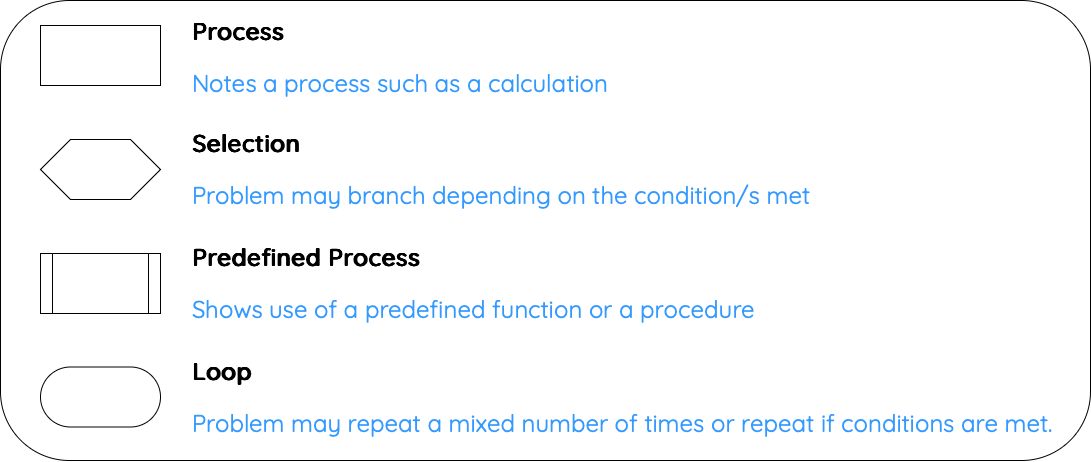
Earlier version of the draw.io export site/Images/Structure-Diagram-Symbols.png (Mr-Wood-CS/National-5). Source tidied: cells renumbered, new cells last; positions are measured from the earlier drawing's top-left corner, leaving out a move shared by most shapes.
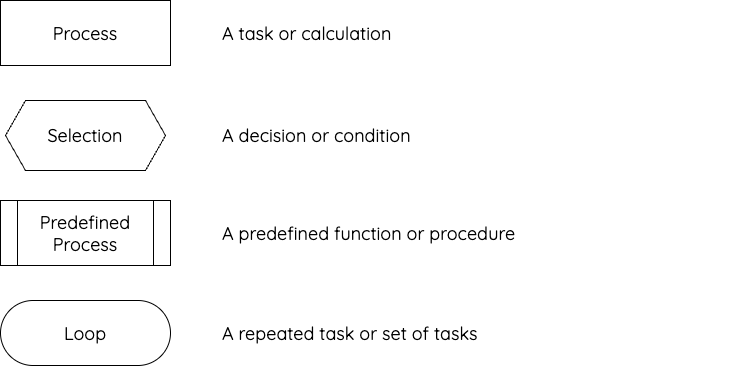
After the change.

The edit, as a diff of the source:
```diff
@@ -2,32 +2,29 @@
   <root>
     <mxCell id="0" />
     <mxCell id="1" parent="0" />
-    <mxCell id="2" style="rounded=1;whiteSpace=wrap;html=1;" parent="1" vertex="1">
-      <mxGeometry width="1090" height="460" as="geometry" />
-    </mxCell>
-    <mxCell id="3" style="rounded=0;whiteSpace=wrap;html=1;" parent="1" vertex="1">
-      <mxGeometry x="40" y="25" width="120" height="60" as="geometry" />
-    </mxCell>
-    <mxCell id="4" style="html=1;dashed=0;whiteSpace=wrap;shape=mxgraph.dfd.start;" parent="1" vertex="1">
-      <mxGeometry x="40" y="366.5" width="120" height="60" as="geometry" />
-    </mxCell>
-    <mxCell id="5" style="shape=hexagon;perimeter=hexagonPerimeter2;whiteSpace=wrap;html=1;size=0.25;" parent="1" vertex="1">
-      <mxGeometry x="40" y="139" width="120" height="60" as="geometry" />
-    </mxCell>
-    <mxCell id="6" style="shape=process;whiteSpace=wrap;html=1;backgroundOutline=1;" parent="1" vertex="1">
-      <mxGeometry x="40" y="253" width="120" height="60" as="geometry" />
-    </mxCell>
-    <mxCell id="7" value="&lt;h1 style=&quot;margin-top: 0px; font-size: 24px;&quot;&gt;&lt;font style=&quot;color: light-dark(rgb(0, 0, 0), rgb(67, 48, 60));&quot;&gt;Process&lt;/font&gt;&lt;/h1&gt;&lt;p style=&quot;font-size: 24px;&quot;&gt;&lt;font color=&quot;#3399ff&quot;&gt;Notes a process such as a calculation&lt;/font&gt;&lt;/p&gt;" style="text;html=1;whiteSpace=wrap;overflow=hidden;rounded=0;fontFamily=Quicksand;fontSource=https%3A%2F%2Ffonts.googleapis.com%2Fcss%3Ffamily%3DQuicksand;fontSize=24;" parent="1" vertex="1">
-      <mxGeometry x="190" y="10" width="870" height="90" as="geometry" />
-    </mxCell>
-    <mxCell id="8" value="&lt;h1 style=&quot;margin-top: 0px; font-size: 24px;&quot;&gt;&lt;font style=&quot;color: light-dark(rgb(0, 0, 0), rgb(67, 48, 60));&quot;&gt;Loop&lt;/font&gt;&lt;/h1&gt;&lt;p style=&quot;font-size: 24px;&quot;&gt;&lt;font color=&quot;#3399ff&quot;&gt;Problem may repeat a mixed number of times or repeat if conditions are met.&lt;/font&gt;&lt;/p&gt;" style="text;html=1;whiteSpace=wrap;overflow=hidden;rounded=0;strokeColor=none;fontFamily=Quicksand;fontSource=https%3A%2F%2Ffonts.googleapis.com%2Fcss%3Ffamily%3DQuicksand;fontSize=24;" parent="1" vertex="1">
-      <mxGeometry x="190" y="350" width="870" height="93" as="geometry" />
-    </mxCell>
-    <mxCell id="9" value="&lt;h1 style=&quot;margin-top: 0px; font-size: 24px;&quot;&gt;&lt;font style=&quot;color: light-dark(rgb(0, 0, 0), rgb(67, 48, 60));&quot;&gt;Selection&lt;/font&gt;&lt;/h1&gt;&lt;p style=&quot;font-size: 24px;&quot;&gt;&lt;font color=&quot;#3399ff&quot;&gt;Problem may branch depending on the condition/s met&lt;/font&gt;&lt;/p&gt;" style="text;html=1;whiteSpace=wrap;overflow=hidden;rounded=0;strokeColor=none;fontFamily=Quicksand;fontSource=https%3A%2F%2Ffonts.googleapis.com%2Fcss%3Ffamily%3DQuicksand;fontSize=24;" parent="1" vertex="1">
-      <mxGeometry x="190" y="122" width="870" height="93.5" as="geometry" />
-    </mxCell>
-    <mxCell id="10" value="&lt;h1 style=&quot;margin-top: 0px; font-size: 24px;&quot;&gt;&lt;font style=&quot;color: light-dark(rgb(0, 0, 0), rgb(67, 48, 60));&quot;&gt;Predefined Process&lt;/font&gt;&lt;/h1&gt;&lt;p style=&quot;font-size: 24px;&quot;&gt;&lt;font color=&quot;#3399ff&quot;&gt;Shows use of a predefined function or a procedure&lt;/font&gt;&lt;/p&gt;" style="text;html=1;whiteSpace=wrap;overflow=hidden;rounded=0;strokeColor=none;fontFamily=Quicksand;fontSource=https%3A%2F%2Ffonts.googleapis.com%2Fcss%3Ffamily%3DQuicksand;fontSize=24;" parent="1" vertex="1">
-      <mxGeometry x="190" y="236" width="870" height="93.5" as="geometry" />
-    </mxCell>
+    <mxCell id="11" value="Process" style="rounded=0;whiteSpace=wrap;html=1;strokeColor=#000000;fillColor=#ffffff;fontSize=18;fontFamily=quicksand;fontSource=https%3A%2F%2Ffonts.googleapis.com%2Fcss%3Ffamily%3Dquicksand;" parent="1" vertex="1">
+      <mxGeometry x="20" y="-65" width="170" height="65" as="geometry" />
+    </mxCell>
+    <mxCell id="12" value="A task or calculation" style="text;html=1;strokeColor=none;fillColor=none;align=left;verticalAlign=middle;whiteSpace=wrap;fontSize=18;fontFamily=quicksand;fontSource=https%3A%2F%2Ffonts.googleapis.com%2Fcss%3Ffamily%3Dquicksand;" parent="1" vertex="1">
+      <mxGeometry x="240" y="-62" width="520" height="60" as="geometry" />
+    </mxCell>
+    <mxCell id="13" value="Selection" style="shape=hexagon;perimeter=hexagonPerimeter2;whiteSpace=wrap;html=1;fixedSize=1;strokeColor=#000000;fillColor=#ffffff;fontSize=18;fontFamily=quicksand;fontSource=https%3A%2F%2Ffonts.googleapis.com%2Fcss%3Ffamily%3Dquicksand;" parent="1" vertex="1">
+      <mxGeometry x="25" y="35" width="160" height="70" as="geometry" />
+    </mxCell>
+    <mxCell id="14" value="A decision or condition" style="text;html=1;strokeColor=none;fillColor=none;align=left;verticalAlign=middle;whiteSpace=wrap;fontSize=18;fontFamily=quicksand;fontSource=https%3A%2F%2Ffonts.googleapis.com%2Fcss%3Ffamily%3Dquicksand;" parent="1" vertex="1">
+      <mxGeometry x="240" y="40" width="520" height="60" as="geometry" />
+    </mxCell>
+    <mxCell id="15" value="Predefined&#10;Process" style="shape=process;whiteSpace=wrap;html=1;backgroundOutline=1;strokeColor=#000000;fillColor=#ffffff;fontSize=18;fontFamily=quicksand;fontSource=https%3A%2F%2Ffonts.googleapis.com%2Fcss%3Ffamily%3Dquicksand;" parent="1" vertex="1">
+      <mxGeometry x="20" y="135" width="170" height="65" as="geometry" />
+    </mxCell>
+    <mxCell id="16" value="A predefined function or procedure" style="text;html=1;strokeColor=none;fillColor=none;align=left;verticalAlign=middle;whiteSpace=wrap;fontSize=18;fontFamily=quicksand;fontSource=https%3A%2F%2Ffonts.googleapis.com%2Fcss%3Ffamily%3Dquicksand;" parent="1" vertex="1">
+      <mxGeometry x="240" y="138" width="520" height="60" as="geometry" />
+    </mxCell>
+    <mxCell id="17" value="Loop" style="rounded=1;arcSize=50;whiteSpace=wrap;html=1;strokeColor=#000000;fillColor=#ffffff;fontSize=18;fontFamily=quicksand;fontSource=https%3A%2F%2Ffonts.googleapis.com%2Fcss%3Ffamily%3Dquicksand;" parent="1" vertex="1">
+      <mxGeometry x="20" y="235" width="170" height="65" as="geometry" />
+    </mxCell>
+    <mxCell id="18" value="A repeated task or set of tasks" style="text;html=1;strokeColor=none;fillColor=none;align=left;verticalAlign=middle;whiteSpace=wrap;fontSize=18;fontFamily=quicksand;fontSource=https%3A%2F%2Ffonts.googleapis.com%2Fcss%3Ffamily%3Dquicksand;" parent="1" vertex="1">
+      <mxGeometry x="240" y="238" width="520" height="60" as="geometry" />
+    </mxCell>
   </root>
 </mxGraphModel>
```
